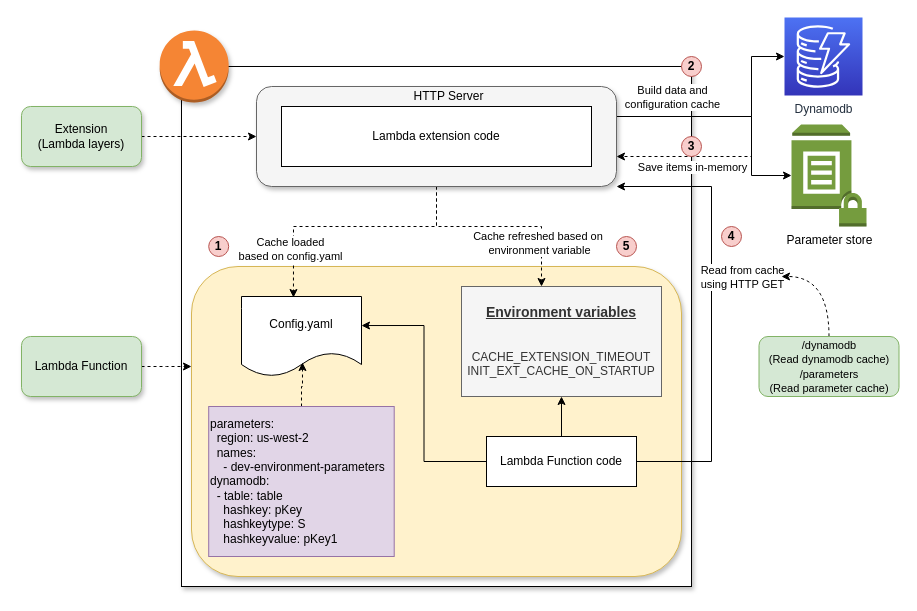
This is cache-extension-demo/img/Architecture.drawio from aws-samples/aws-lambda-extensions, a draw.io file, before an edit. Source tidied: cells renumbered, new cells numbered last; positions are measured from the earlier drawing's top-left corner, leaving out a move shared by most shapes. Both pictures are drawn from the tidied source at 100%, with x=0, y=0 at pixel (21, 17).
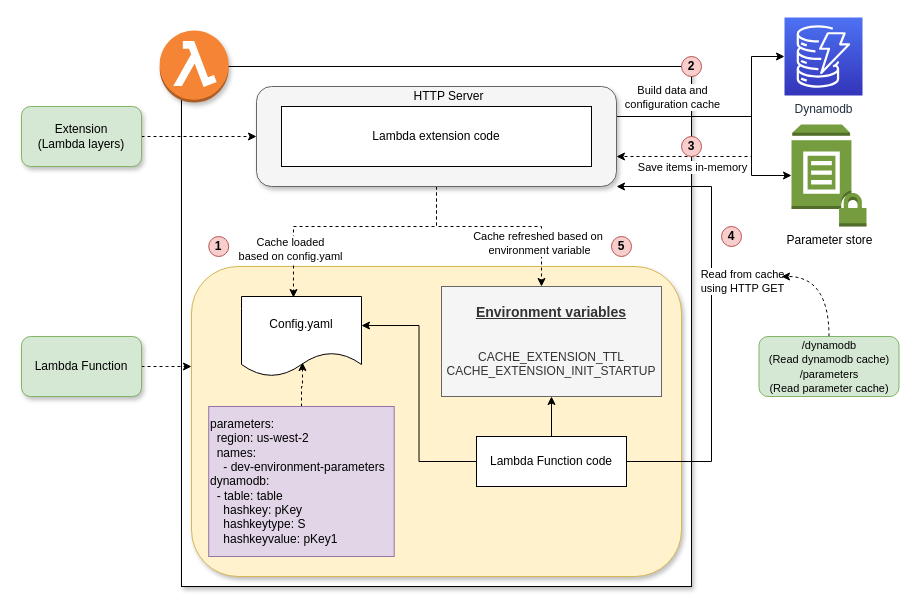
After the change.

Diff of the diagram source:
```diff
@@
     <mxCell id="19" value="Lambda Function code" style="rounded=0;whiteSpace=wrap;html=1;" parent="1" vertex="1">
-      <mxGeometry x="465" y="419" width="150" height="50" as="geometry" />
+      <mxGeometry x="455" y="419" width="150" height="50" as="geometry" />
     </mxCell>
-    <mxCell id="20" value="&lt;font style=&quot;font-size: 14px&quot;&gt;&lt;b&gt;&lt;u&gt;Environment variables&lt;/u&gt;&lt;/b&gt;&lt;/font&gt;&lt;br&gt;&lt;br&gt;&lt;br&gt;CACHE_EXTENSION_TIMEOUT&lt;br&gt;INIT_EXT_CACHE_ON_STARTUP" style="rounded=0;whiteSpace=wrap;html=1;fillColor=#f5f5f5;strokeColor=#666666;fontColor=#333333;" parent="1" vertex="1">
-      <mxGeometry x="440" y="269" width="200" height="110" as="geometry" />
+    <mxCell id="20" value="&lt;font style=&quot;font-size: 14px&quot;&gt;&lt;b&gt;&lt;u&gt;Environment variables&lt;/u&gt;&lt;/b&gt;&lt;/font&gt;&lt;br&gt;&lt;br&gt;&lt;br&gt;CACHE_EXTENSION_TTL&lt;br&gt;CACHE_EXTENSION_INIT_STARTUP" style="rounded=0;whiteSpace=wrap;html=1;fillColor=#f5f5f5;strokeColor=#666666;fontColor=#333333;" parent="1" vertex="1">
+      <mxGeometry x="420" y="269" width="220" height="110" as="geometry" />
     </mxCell>
@@
     <mxCell id="33" value="5" style="ellipse;whiteSpace=wrap;html=1;fillColor=#f8cecc;strokeColor=#b85450;fontStyle=1;" parent="1" vertex="1">
-      <mxGeometry x="595" y="219" width="20" height="20" as="geometry" />
+      <mxGeometry x="590" y="219" width="20" height="20" as="geometry" />
     </mxCell>
```
